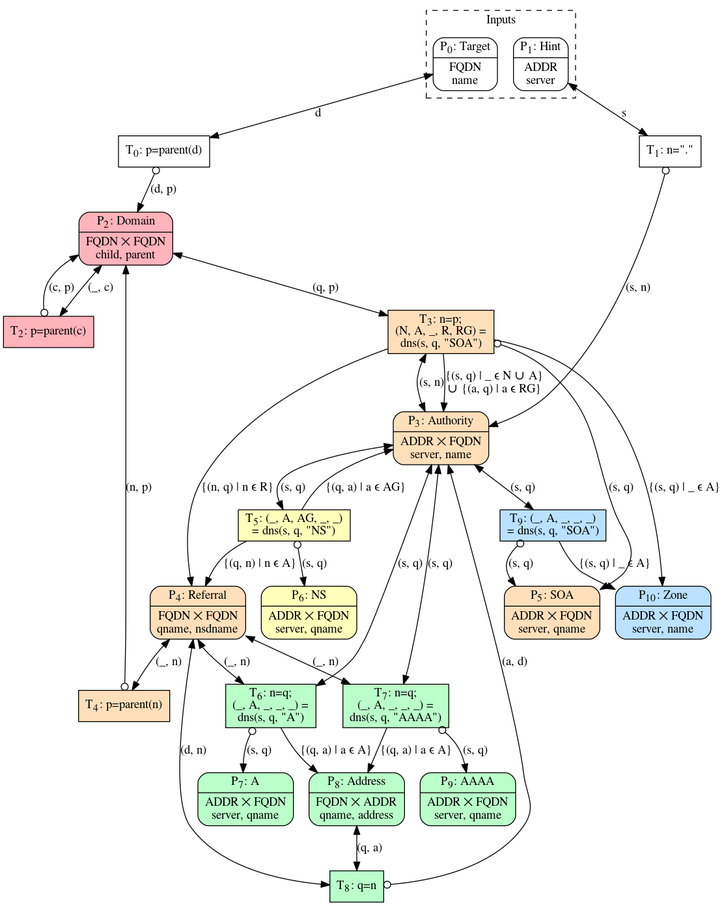
mattias-p/topo keeps this Graphviz diagram as topo.png. Above is the earlier version. Its source is kept beside it as topo.dot.
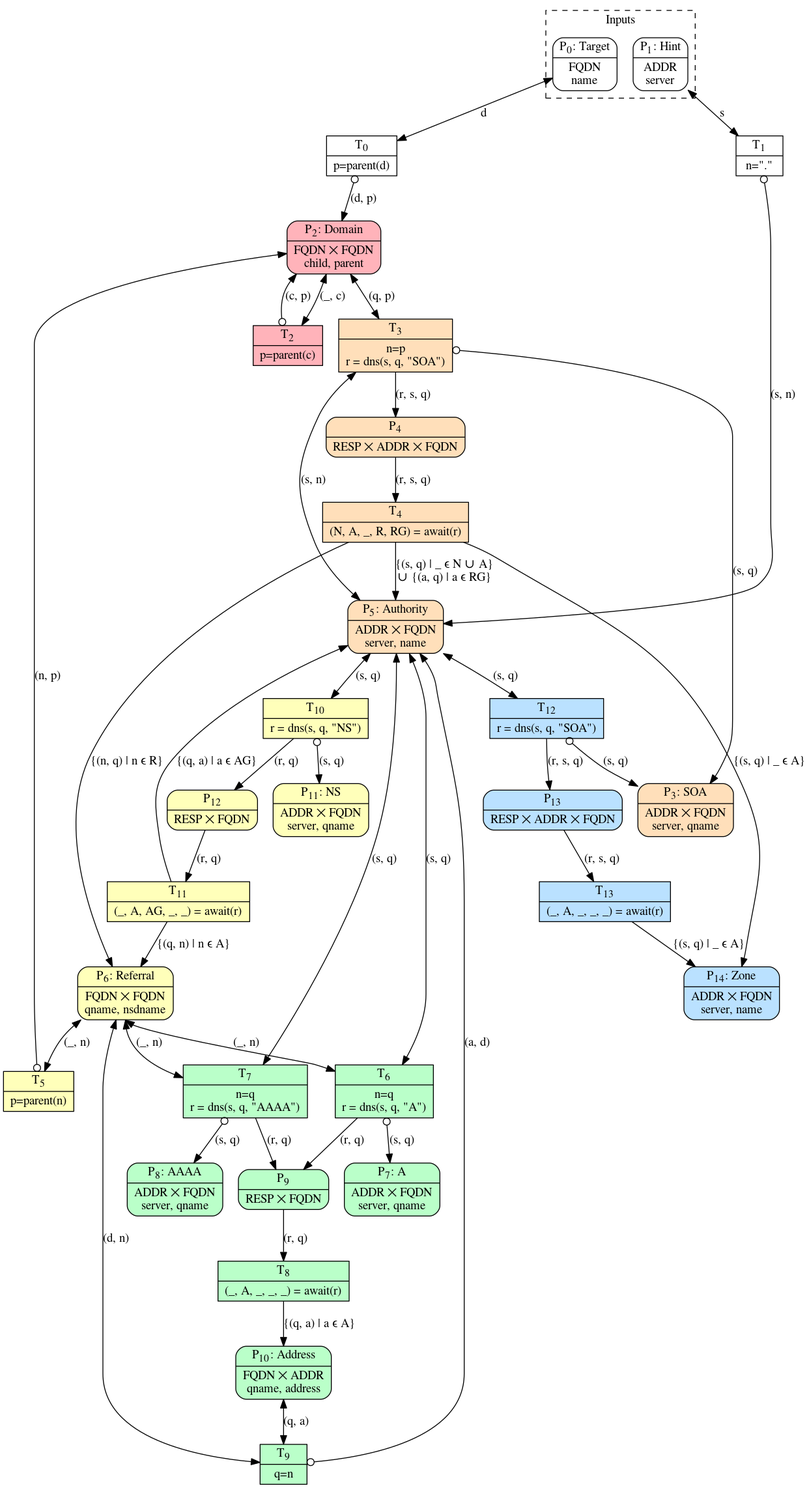
Above is the later version.

Commit message:
Reorganize diagram

The edit, as a diff of the source:
```diff
@@ -1,6 +1,10 @@
 digraph Algorithm {
-    node [layer=all, shape=Mrecord, style=filled, fillcolor=white]
+    node [style=filled]
     edge [dir=both]
+
+    node [shape=Mrecord]
+
+    node [fillcolor="#ffffff"]
 
     subgraph cluster_Inputs {
         label="Inputs"
@@ -10,67 +14,110 @@
         Hint   [label=< {P<SUB>1</SUB>: Hint|ADDR<BR/>server} >]
     }
 
-    Domain    [label=< {P<SUB>2</SUB>: Domain|FQDN ⨉ FQDN<BR/>child, parent} >, fillcolor="#ffb3ba"]
-    Authority [label=< {P<SUB>3</SUB>: Authority|ADDR ⨉ FQDN<BR/>server, name} >, fillcolor="#ffdfba"]
-    Referral  [label=< {P<SUB>4</SUB>: Referral|FQDN ⨉ FQDN<BR/>qname, nsdname} >, fillcolor="#ffdfba"]
-    SOA       [label=< {P<SUB>5</SUB>: SOA|ADDR ⨉ FQDN<BR/>server, qname} >, fillcolor="#ffdfba"]
-    NS        [label=< {P<SUB>6</SUB>: NS|ADDR ⨉ FQDN<BR/>server, qname} >, fillcolor="#ffffba"]
-    A         [label=< {P<SUB>7</SUB>: A|ADDR ⨉ FQDN<BR/>server, qname} >, fillcolor="#baffc9"]
-    Address   [label=< {P<SUB>8</SUB>: Address|FQDN ⨉ ADDR<BR/>qname, address} >, fillcolor="#baffc9"]
-    AAAA      [label=< {P<SUB>9</SUB>: AAAA|ADDR ⨉ FQDN<BR/>server, qname} >, fillcolor="#baffc9"]
-    Zone      [label=< {P<SUB>10</SUB>: Zone|ADDR ⨉ FQDN<BR/>server, name} >, fillcolor="#bae1ff"]
+    node      [fillcolor="#ffb3ba"]
+    Domain    [label=< {P<SUB>2</SUB>: Domain|FQDN ⨉ FQDN<BR/>child, parent} >]
+
+    node      [fillcolor="#ffdfba"]
+    SOA       [label=< {P<SUB>3</SUB>: SOA|ADDR ⨉ FQDN<BR/>server, qname} >]
+    P4        [label=< {P<SUB>4</SUB>|RESP ⨉ ADDR ⨉ FQDN} >]
+    Authority [label=< {P<SUB>5</SUB>: Authority|ADDR ⨉ FQDN<BR/>server, name} >]
+
+    node      [fillcolor="#bae1ff"]
+    P13       [label=< {P<SUB>13</SUB>|RESP ⨉ ADDR ⨉ FQDN} >]
+    Zone      [label=< {P<SUB>14</SUB>: Zone|ADDR ⨉ FQDN<BR/>server, name} >]
+
+    node      [fillcolor="#ffffba"]
+    P12       [label=< {P<SUB>12</SUB>|RESP ⨉ FQDN} >]
+    NS        [label=< {P<SUB>11</SUB>: NS|ADDR ⨉ FQDN<BR/>server, qname} >]
+    Referral  [label=< {P<SUB>6</SUB>: Referral|FQDN ⨉ FQDN<BR/>qname, nsdname} >]
+
+    node      [fillcolor="#baffc9"]
+    A         [label=< {P<SUB>7</SUB>: A|ADDR ⨉ FQDN<BR/>server, qname} >]
+    AAAA      [label=< {P<SUB>8</SUB>: AAAA|ADDR ⨉ FQDN<BR/>server, qname} >]
+    P9        [label=< {P<SUB>9</SUB>|RESP ⨉ FQDN} >]
+    Address   [label=< {P<SUB>10</SUB>: Address|FQDN ⨉ ADDR<BR/>qname, address} >]
+
 
     node [shape=record]
 
+    node [fillcolor="#ffffff"]
+
     Target -> T0 [label="d"]
-    T0 [label=< T<SUB>0</SUB>: p=parent(d) >]
+    T0 [label=< {T<SUB>0</SUB>|p=parent(d)} >]
     T0 -> Domain [label="(d, p)", arrowtail=odot]
 
     Hint -> T1 [label="s"]
-    T1 [label=< T<SUB>1</SUB>: n="." >]
+    T1 [label=< {T<SUB>1</SUB>|n="."} >]
     T1 -> Authority [label="(s, n)", arrowtail=odot]
 
+    node [fillcolor="#ffb3ba"]
+
     Domain -> T2 [label="(_, c)"]
-    T2 [label=< T<SUB>2</SUB>: p=parent(c) >, fillcolor="#ffb3ba"]
+    T2 [label=< {T<SUB>2</SUB>|p=parent(c)} >]
     T2 -> Domain [label="(c, p)", arrowtail=odot]
+
+    node [fillcolor="#ffdfba"]
 
     Domain -> T3 [label="(q, p)"]
     Authority -> T3 [label="(s, n)"]
-    T3 [label=< T<SUB>3</SUB>: n=p;<BR/>(N, A, _, R, RG) =<BR/>dns(s, q, "SOA") >, fillcolor="#ffdfba"]
+    T3 [label=< {T<SUB>3</SUB>| n=p<BR/>r = dns(s, q, "SOA")} >]
     T3 -> SOA [label="(s, q)", arrowtail=odot]
-    T3 -> Authority [label="{(s, q) | _ ∊ N ∪ A}\n∪ {(a, q) | a ∊ RG}", dir=forward]
-    T3 -> Referral [label="{(n, q) | n ∊ R}", dir=forward]
-    T3 -> Zone [label="{(s, q) | _ ∊ A}", dir=forward]
+    T3 -> P4 [label="(r, s, q)", dir=forward]
 
-    Referral -> T4 [label="(_, n)"]
-    T4 [label=< T<SUB>4</SUB>: p=parent(n) >, fillcolor="#ffdfba"]
-    T4 -> Domain [label="(n, p)", arrowtail=odot]
+    P4 -> T4 [label="(r, s, q)", dir=forward]
+    T4 [label=< {T<SUB>4</SUB>|(N, A, _, R, RG) = await(r)} >]
+    T4 -> Authority [label="{(s, q) | _ ∊ N ∪ A}\n∪ {(a, q) | a ∊ RG}", dir=forward]
+    T4 -> Referral [label="{(n, q) | n ∊ R}", dir=forward]
+    T4 -> Zone [label="{(s, q) | _ ∊ A}", dir=forward]
 
-    Authority -> T5 [label="(s, q)"]
-    T5 [label=< T<SUB>5</SUB>: (_, A, AG, _, _)<BR/>= dns(s, q, "NS") >, fillcolor="#ffffba"]
-    T5 -> NS [label="(s, q)", arrowtail=odot]
-    T5 -> Referral [label="{(q, n) | n ∊ A}", dir=forward]
-    T5 -> Authority [label="{(q, a) | a ∊ AG}", dir=forward]
+    node [fillcolor="#bae1ff"]
 
-    Referral -> T7 [label="(_, n)"]
-    Authority -> T7 [label="(s, q)"]
-    T7 [label=< T<SUB>7</SUB>: n=q;<BR/>(_, A, _, _, _) =<BR/>dns(s, q, "AAAA") >, fillcolor="#baffc9"]
-    T7 -> AAAA [label="(s, q)", arrowtail=odot]
-    T7 -> Address [label="{(q, a) | a ∊ A}", dir=forward]
+    Authority -> T12 [label="(s, q)"]
+    T12 [label=< {T<SUB>12</SUB>|r = dns(s, q, "SOA")} >]
+    T12 -> SOA [label="(s, q)", arrowtail=odot]
+    T12 -> P13 [label="(r, s, q)", dir=forward]
+
+    P13 -> T13 [label="(r, s, q)", dir=forward]
+    T13 [label=< {T<SUB>13</SUB>|(_, A, _, _, _) = await(r)} >]
+    T13 -> Zone [label="{(s, q) | _ ∊ A}", dir=forward]
+
+    node [fillcolor="#ffffba"]
+
+    Authority -> T10 [label="(s, q)"]
+    T10 [label=< {T<SUB>10</SUB>|r = dns(s, q, "NS")} >]
+    T10 -> NS [label="(s, q)", arrowtail=odot]
+    T10 -> P12 [label="(r, q)", dir=forward]
+
+    P12 -> T11 [label="(r, q)", dir=forward]
+    T11 [label=< {T<SUB>11</SUB>|(_, A, AG, _, _) = await(r)} >]
+    T11 -> Referral [label="{(q, n) | n ∊ A}", dir=forward]
+    T11 -> Authority [label="{(q, a) | a ∊ AG}", dir=forward]
+
+    Referral -> T5 [label="(_, n)"]
+    T5 [label=< {T<SUB>5</SUB>|p=parent(n)} >]
+    T5 -> Domain [label="(n, p)", arrowtail=odot]
+
+    node [fillcolor="#baffc9"]
 
     Referral:s -> T6 [label="(_, n)"]
     Authority -> T6 [label="(s, q)"]
-    T6 [label=< T<SUB>6</SUB>: n=q;<BR/>(_, A, _, _, _) =<BR/>dns(s, q, "A") >, fillcolor="#baffc9"]
+    T6 [label=< {T<SUB>6</SUB>|n=q<BR/>r = dns(s, q, "A")} >]
     T6 -> A [label="(s, q)", arrowtail=odot]
-    T6 -> Address [label="{(q, a) | a ∊ A}", dir=forward]
+    T6 -> P9 [label="(r, q)", dir=forward]
 
-    Address -> T8 [label="(q, a)"]
-    Referral -> T8 [label="(d, n)"]
-    T8 [label=< T<SUB>8</SUB>: q=n >, fillcolor="#baffc9"]
-    T8 -> Authority [label="(a, d)", arrowtail=odot]
+    Referral:s -> T7 [label="(_, n)"]
+    Authority -> T7 [label="(s, q)"]
+    T7 [label=< {T<SUB>7</SUB>|n=q<BR/>r = dns(s, q, "AAAA")} >]
+    T7 -> AAAA [label="(s, q)", arrowtail=odot]
+    T7 -> P9 [label="(r, q)", dir=forward]
 
-    Authority -> T9 [label="(s, q)"]
-    T9 [label=< T<SUB>9</SUB>: (_, A, _, _, _)<BR/>= dns(s, q, "SOA") >, fillcolor="#bae1ff"]
-    T9 -> SOA [label="(s, q)", arrowtail=odot]
-    T9 -> Zone [label="{(s, q) | _ ∊ A}", dir=forward]
+    P9 -> T8 [label="(r, q)", dir=forward]
+    T8 [label=< {T<SUB>8</SUB>|(_, A, _, _, _) = await(r)} >]
+    T8 -> Address [label="{(q, a) | a ∊ A}", dir=forward]
+
+    Address -> T9 [label="(q, a)"]
+    Referral -> T9 [label="(d, n)"]
+    T9 [label=< {T<SUB>9</SUB>|q=n} >]
+    T9 -> Authority [label="(a, d)", arrowtail=odot]
+
 }
```
